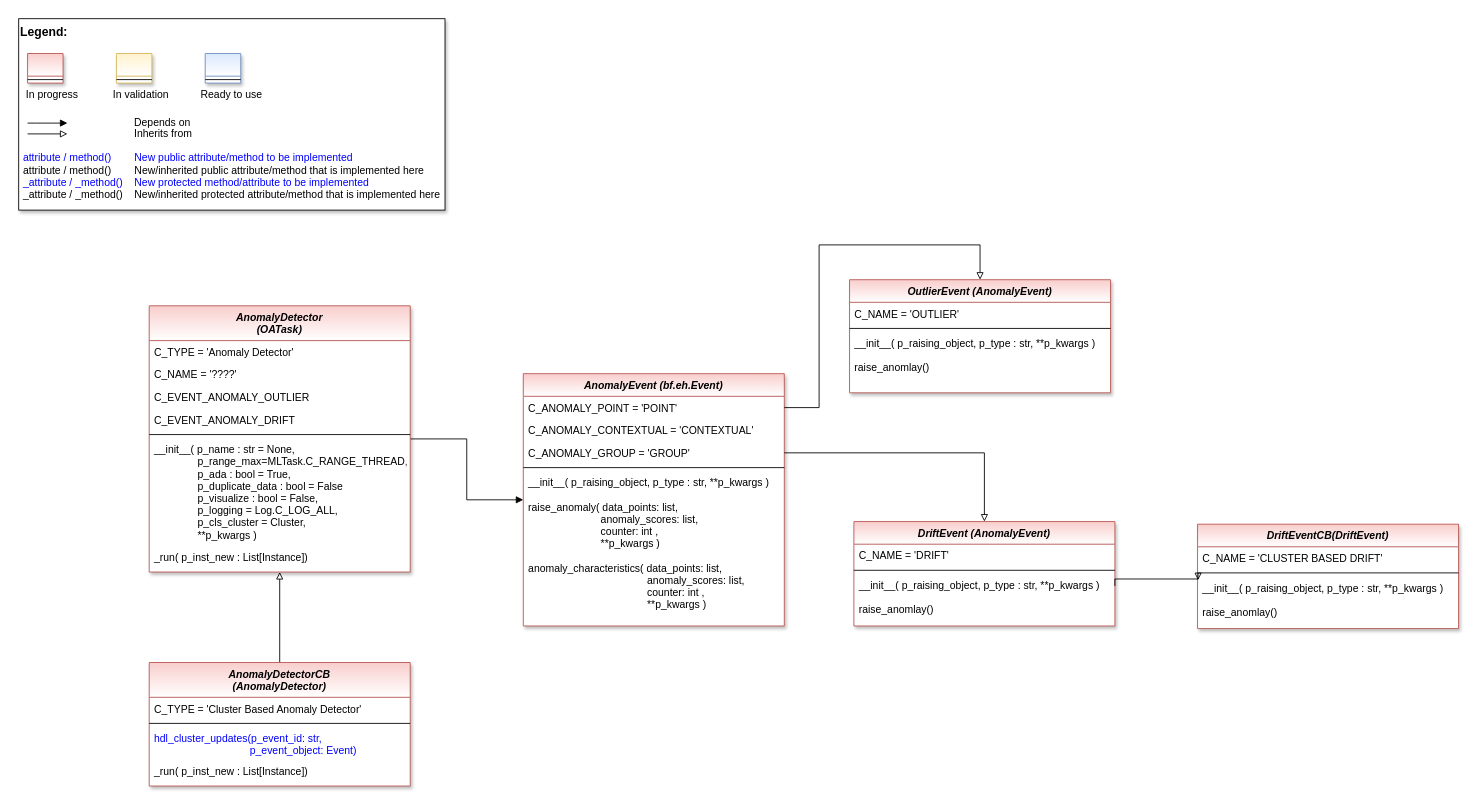
fhswf/MLPro keeps this draw.io diagram as doc/rtd/content/04_appendices/appendix2/sub/core/mlpro_oa/streams/tasks/images/MLPro-OA_Anomaly_Detectors_class_diagram.drawio. Above is the earlier version. Source tidied: cells renumbered, new cells numbered last; positions are measured from the earlier drawing's top-left corner, leaving out a move shared by most shapes. Both pictures are drawn from the tidied source at 87%, with x=0, y=0 at pixel (18, 18).
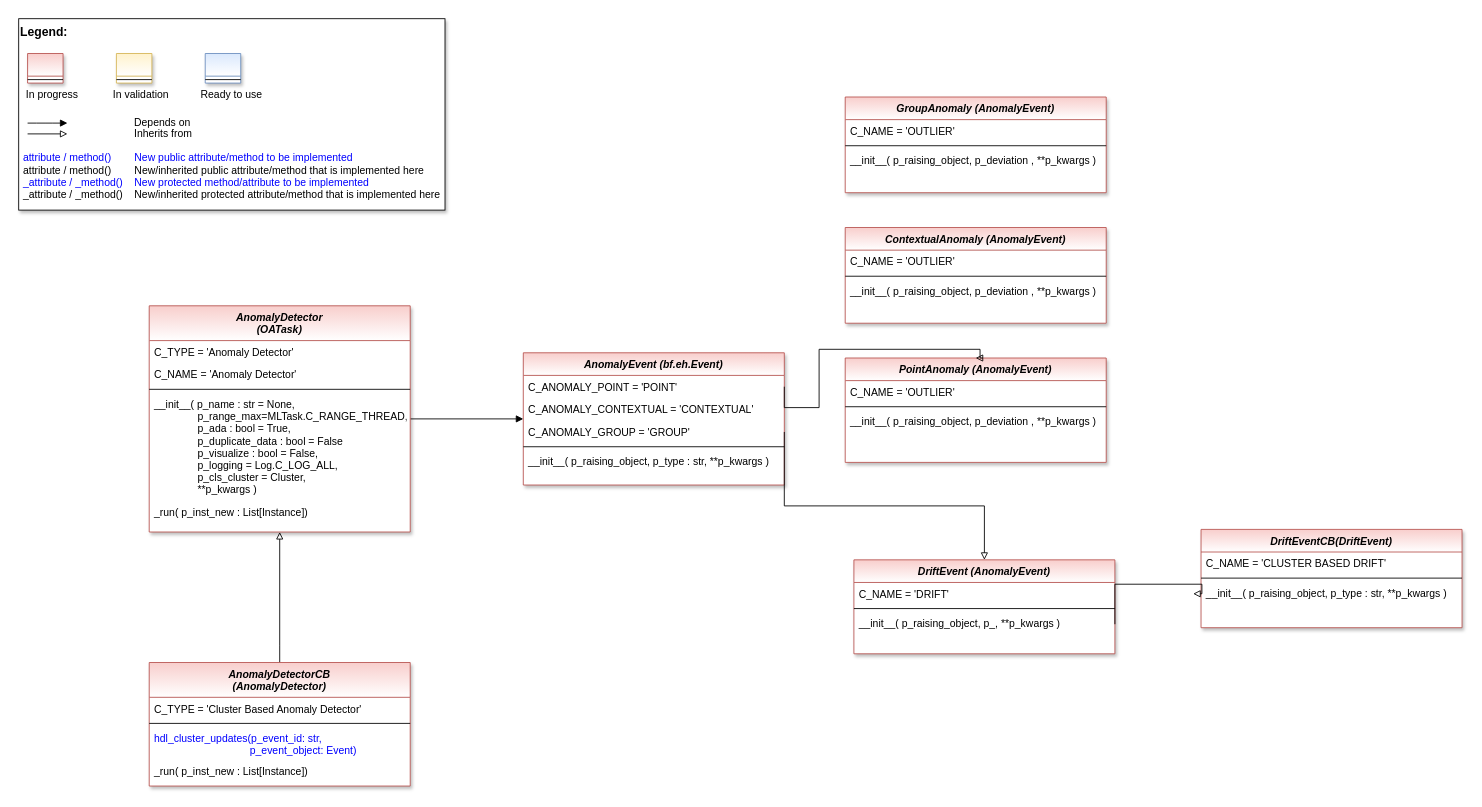
After the change.

Commit message:
OA-Task: AnomalyDetector #520

The change refers to these unchanged cells:
```xml
<mxCell id="22" value="C_ANOMALY_POINT = 'POINT'" style="text;align=left;verticalAlign=top;spacingLeft=4;spacingRight=4;overflow=hidden;points=[[0,0.5],[1,0.5]];portConstraint=eastwest;fontColor=default;" parent="21" vertex="1">
  <mxGeometry y="26" width="300" height="26" as="geometry" />
</mxCell>
<mxCell id="24" value="C_ANOMALY_GROUP = 'GROUP'" style="text;align=left;verticalAlign=top;spacingLeft=4;spacingRight=4;overflow=hidden;points=[[0,0.5],[1,0.5]];portConstraint=eastwest;fontColor=default;" parent="21" vertex="1">
  <mxGeometry y="78" width="300" height="26" as="geometry" />
</mxCell>
<mxCell id="50" value="__init__( p_raising_object, p_type : str, **p_kwargs )" style="text;align=left;verticalAlign=top;spacingLeft=4;spacingRight=4;overflow=hidden;points=[[0,0.5],[1,0.5]];portConstraint=eastwest;" parent="47" vertex="1">
  <mxGeometry y="60" width="300" height="28" as="geometry" />
</mxCell>
```

What changed in the source:
```diff
@@
     <mxCell id="13" value="AnomalyDetector&#10;(OATask)" style="swimlane;fontStyle=3;align=center;verticalAlign=top;horizontal=1;startSize=40;rounded=0;shadow=1;strokeWidth=1;fillColor=#f8cecc;strokeColor=#b85450;swimlaneFillColor=#ffffff;gradientColor=#ffffff;" parent="1" vertex="1">
-      <mxGeometry x="150" y="330" width="300" height="306" as="geometry" />
+      <mxGeometry x="150" y="330" width="300" height="260" as="geometry" />
     </mxCell>
@@
-    <mxCell id="15" value="C_NAME = '????'" style="text;align=left;verticalAlign=top;spacingLeft=4;spacingRight=4;overflow=hidden;fontColor=default;" parent="13" vertex="1">
+    <mxCell id="15" value="C_NAME = 'Anomaly Detector'" style="text;align=left;verticalAlign=top;spacingLeft=4;spacingRight=4;overflow=hidden;fontColor=default;" parent="13" vertex="1">
       <mxGeometry y="66" width="300" height="26" as="geometry" />
     </mxCell>
-    <mxCell id="16" value="C_EVENT_ANOMALY_OUTLIER" style="text;align=left;verticalAlign=top;spacingLeft=4;spacingRight=4;overflow=hidden;fontColor=default;" parent="13" vertex="1">
-      <mxGeometry y="92" width="300" height="26" as="geometry" />
-    </mxCell>
-    <mxCell id="17" value="C_EVENT_ANOMALY_DRIFT" style="text;align=left;verticalAlign=top;spacingLeft=4;spacingRight=4;overflow=hidden;fontColor=default;" parent="13" vertex="1">
-      <mxGeometry y="118" width="300" height="26" as="geometry" />
-    </mxCell>
     <mxCell id="18" style="line;html=1;strokeWidth=1;align=left;verticalAlign=middle;spacingTop=-1;spacingLeft=3;spacingRight=3;labelPosition=right;" parent="13" vertex="1">
-      <mxGeometry y="144" width="300" height="8" as="geometry" />
+      <mxGeometry y="92" width="300" height="8" as="geometry" />
     </mxCell>
     <mxCell id="19" value="__init__( p_name : str = None,&#10;               p_range_max=MLTask.C_RANGE_THREAD,&#10;               p_ada : bool = True,&#10;               p_duplicate_data : bool = False&#10;               p_visualize : bool = False,&#10;               p_logging = Log.C_LOG_ALL,&#10;               p_cls_cluster = Cluster,&#10;               **p_kwargs )" style="text;align=left;verticalAlign=top;spacingLeft=4;spacingRight=4;overflow=hidden;fontColor=default;" parent="13" vertex="1">
-      <mxGeometry y="152" width="300" height="124" as="geometry" />
+      <mxGeometry y="100" width="300" height="124" as="geometry" />
     </mxCell>
     <mxCell id="20" value="_run( p_inst_new : List[Instance])" style="text;align=left;verticalAlign=top;spacingLeft=4;spacingRight=4;overflow=hidden;shadow=1;" parent="13" vertex="1">
-      <mxGeometry y="276" width="300" height="30" as="geometry" />
+      <mxGeometry y="224" width="300" height="30" as="geometry" />
     </mxCell>
     <mxCell id="21" value="AnomalyEvent (bf.eh.Event)" style="swimlane;fontStyle=3;align=center;verticalAlign=top;horizontal=1;startSize=26;rounded=0;shadow=1;strokeWidth=1;fillColor=#f8cecc;strokeColor=#b85450;swimlaneFillColor=#ffffff;gradientColor=#ffffff;" parent="1" vertex="1">
-      <mxGeometry x="580" y="408" width="300" height="290" as="geometry" />
+      <mxGeometry x="580" y="384" width="300" height="152" as="geometry" />
     </mxCell>
@@
-    <mxCell id="27" value="raise_anomaly( data_points: list,&#10;                          anomaly_scores: list,&#10;                           counter: int ,&#10;                          **p_kwargs )" style="text;align=left;verticalAlign=top;spacingLeft=4;spacingRight=4;overflow=hidden;" parent="21" vertex="1">
-      <mxGeometry y="140" width="300" height="70" as="geometry" />
-    </mxCell>
-    <mxCell id="28" value="anomaly_characteristics( data_points: list,&#10;                                         anomaly_scores: list,&#10;                                         counter: int ,&#10;                                         **p_kwargs )" style="text;align=left;verticalAlign=top;spacingLeft=4;spacingRight=4;overflow=hidden;" parent="21" vertex="1">
-      <mxGeometry y="210" width="300" height="80" as="geometry" />
-    </mxCell>
@@
-    <mxCell id="35" value="OutlierEvent (AnomalyEvent)" style="swimlane;fontStyle=3;align=center;verticalAlign=top;horizontal=1;startSize=26;rounded=0;shadow=1;strokeWidth=1;fillColor=#f8cecc;strokeColor=#b85450;swimlaneFillColor=#ffffff;gradientColor=#ffffff;" parent="1" vertex="1">
-      <mxGeometry x="955" y="300" width="300" height="130" as="geometry" />
+    <mxCell id="35" value="PointAnomaly (AnomalyEvent)" style="swimlane;fontStyle=3;align=center;verticalAlign=top;horizontal=1;startSize=26;rounded=0;shadow=1;strokeWidth=1;fillColor=#f8cecc;strokeColor=#b85450;swimlaneFillColor=#ffffff;gradientColor=#ffffff;" parent="1" vertex="1">
+      <mxGeometry x="950" y="390" width="300" height="120" as="geometry" />
     </mxCell>
@@
-    <mxCell id="38" value="__init__( p_raising_object, p_type : str, **p_kwargs )" style="text;align=left;verticalAlign=top;spacingLeft=4;spacingRight=4;overflow=hidden;" parent="35" vertex="1">
+    <mxCell id="38" value="__init__( p_raising_object, p_deviation , **p_kwargs )" style="text;align=left;verticalAlign=top;spacingLeft=4;spacingRight=4;overflow=hidden;" parent="35" vertex="1">
       <mxGeometry y="60" width="300" height="28" as="geometry" />
     </mxCell>
-    <mxCell id="39" value="raise_anomlay()" style="text;align=left;verticalAlign=top;spacingLeft=4;spacingRight=4;overflow=hidden;" parent="35" vertex="1">
-      <mxGeometry y="88" width="300" height="28" as="geometry" />
-    </mxCell>
     <mxCell id="40" value="DriftEvent (AnomalyEvent)" style="swimlane;fontStyle=3;align=center;verticalAlign=top;horizontal=1;startSize=26;rounded=0;shadow=1;strokeWidth=1;fillColor=#f8cecc;strokeColor=#b85450;swimlaneFillColor=#ffffff;gradientColor=#ffffff;" parent="1" vertex="1">
-      <mxGeometry x="960" y="578" width="300" height="120" as="geometry" />
+      <mxGeometry x="960" y="622" width="300" height="108" as="geometry" />
     </mxCell>
@@
-    <mxCell id="43" value="__init__( p_raising_object, p_type : str, **p_kwargs )" style="text;align=left;verticalAlign=top;spacingLeft=4;spacingRight=4;overflow=hidden;points=[[0,0.5],[1,0.5]];portConstraint=eastwest;" parent="40" vertex="1">
+    <mxCell id="43" value="__init__( p_raising_object, p_, **p_kwargs )" style="text;align=left;verticalAlign=top;spacingLeft=4;spacingRight=4;overflow=hidden;points=[[0,0.5],[1,0.5]];portConstraint=eastwest;" parent="40" vertex="1">
       <mxGeometry y="60" width="300" height="28" as="geometry" />
     </mxCell>
-    <mxCell id="44" value="raise_anomlay()" style="text;align=left;verticalAlign=top;spacingLeft=4;spacingRight=4;overflow=hidden;" parent="40" vertex="1">
-      <mxGeometry y="88" width="300" height="28" as="geometry" />
-    </mxCell>
     <mxCell id="45" style="edgeStyle=orthogonalEdgeStyle;rounded=0;jettySize=auto;html=1;fontColor=#0000FF;endArrow=block;endFill=0;entryX=0.5;entryY=0;entryDx=0;entryDy=0;exitX=1;exitY=0.5;exitDx=0;exitDy=0;" parent="1" edge="1" source="22" target="35">
       <mxGeometry relative="1" as="geometry">
         <Array as="points">
           <mxPoint x="920" y="447" />
-          <mxPoint x="920" y="260" />
-          <mxPoint x="1105" y="260" />
+          <mxPoint x="920" y="380" />
+          <mxPoint x="1105" y="380" />
+          <mxPoint x="1105" y="390" />
         </Array>
       </mxGeometry>
     </mxCell>
     <mxCell id="46" style="edgeStyle=orthogonalEdgeStyle;rounded=0;jettySize=auto;html=1;fontColor=#0000FF;endArrow=block;endFill=0;entryX=0.5;entryY=0;entryDx=0;entryDy=0;exitX=1;exitY=0.5;exitDx=0;exitDy=0;" parent="1" edge="1" source="24" target="40">
       <mxGeometry relative="1" as="geometry">
         <Array as="points">
-          <mxPoint x="1110" y="499" />
+          <mxPoint x="880" y="560" />
+          <mxPoint x="1110" y="560" />
         </Array>
       </mxGeometry>
     </mxCell>
     <mxCell id="47" value="DriftEventCB(DriftEvent)" style="swimlane;fontStyle=3;align=center;verticalAlign=top;horizontal=1;startSize=26;rounded=0;shadow=1;strokeWidth=1;fillColor=#f8cecc;strokeColor=#b85450;swimlaneFillColor=#ffffff;gradientColor=#ffffff;" parent="1" vertex="1">
-      <mxGeometry x="1355" y="581" width="300" height="120" as="geometry" />
+      <mxGeometry x="1359" y="587" width="300" height="113" as="geometry" />
     </mxCell>
@@
-    <mxCell id="51" value="raise_anomlay()" style="text;align=left;verticalAlign=top;spacingLeft=4;spacingRight=4;overflow=hidden;" parent="47" vertex="1">
-      <mxGeometry y="88" width="300" height="28" as="geometry" />
-    </mxCell>
-    <mxCell id="52" style="edgeStyle=orthogonalEdgeStyle;rounded=0;jettySize=auto;html=1;fontColor=#0000FF;endArrow=block;endFill=0;entryX=0.002;entryY=0.154;entryDx=0;entryDy=0;exitX=1;exitY=0.5;exitDx=0;exitDy=0;entryPerimeter=0;" parent="1" edge="1" source="43" target="50">
+    <mxCell id="52" style="edgeStyle=orthogonalEdgeStyle;rounded=0;jettySize=auto;html=1;fontColor=#0000FF;endArrow=block;endFill=0;exitX=1;exitY=0.5;exitDx=0;exitDy=0;" parent="1" edge="1" source="43">
       <mxGeometry relative="1" as="geometry">
+        <mxPoint x="1350" y="661" as="targetPoint" />
         <Array as="points">
-          <mxPoint x="1260" y="644" />
+          <mxPoint x="1260" y="650" />
+          <mxPoint x="1360" y="650" />
         </Array>
       </mxGeometry>
     </mxCell>
+    <mxCell id="53" value="GroupAnomaly (AnomalyEvent)" style="swimlane;fontStyle=3;align=center;verticalAlign=top;horizontal=1;startSize=26;rounded=0;shadow=1;strokeWidth=1;fillColor=#f8cecc;strokeColor=#b85450;swimlaneFillColor=#ffffff;gradientColor=#ffffff;" parent="1" vertex="1">
+      <mxGeometry x="950" y="90" width="300" height="110" as="geometry" />
+    </mxCell>
+    <mxCell id="54" value="C_NAME = 'OUTLIER'" style="text;align=left;verticalAlign=top;spacingLeft=4;spacingRight=4;overflow=hidden;fontColor=default;" parent="53" vertex="1">
+      <mxGeometry y="26" width="300" height="26" as="geometry" />
+    </mxCell>
+    <mxCell id="55" style="line;html=1;strokeWidth=1;align=left;verticalAlign=middle;spacingTop=-1;spacingLeft=3;spacingRight=3;labelPosition=right;" parent="53" vertex="1">
+      <mxGeometry y="52" width="300" height="8" as="geometry" />
+    </mxCell>
+    <mxCell id="56" value="__init__( p_raising_object, p_deviation , **p_kwargs )" style="text;align=left;verticalAlign=top;spacingLeft=4;spacingRight=4;overflow=hidden;" parent="53" vertex="1">
+      <mxGeometry y="60" width="300" height="28" as="geometry" />
+    </mxCell>
+    <mxCell id="57" value="ContextualAnomaly (AnomalyEvent)" style="swimlane;fontStyle=3;align=center;verticalAlign=top;horizontal=1;startSize=26;rounded=0;shadow=1;strokeWidth=1;fillColor=#f8cecc;strokeColor=#b85450;swimlaneFillColor=#ffffff;gradientColor=#ffffff;" parent="1" vertex="1">
+      <mxGeometry x="950" y="240" width="300" height="110" as="geometry" />
+    </mxCell>
+    <mxCell id="58" value="C_NAME = 'OUTLIER'" style="text;align=left;verticalAlign=top;spacingLeft=4;spacingRight=4;overflow=hidden;fontColor=default;" parent="57" vertex="1">
+      <mxGeometry y="26" width="300" height="26" as="geometry" />
+    </mxCell>
+    <mxCell id="59" style="line;html=1;strokeWidth=1;align=left;verticalAlign=middle;spacingTop=-1;spacingLeft=3;spacingRight=3;labelPosition=right;" parent="57" vertex="1">
+      <mxGeometry y="52" width="300" height="8" as="geometry" />
+    </mxCell>
+    <mxCell id="60" value="__init__( p_raising_object, p_deviation , **p_kwargs )" style="text;align=left;verticalAlign=top;spacingLeft=4;spacingRight=4;overflow=hidden;" parent="57" vertex="1">
+      <mxGeometry y="60" width="300" height="28" as="geometry" />
+    </mxCell>
```
